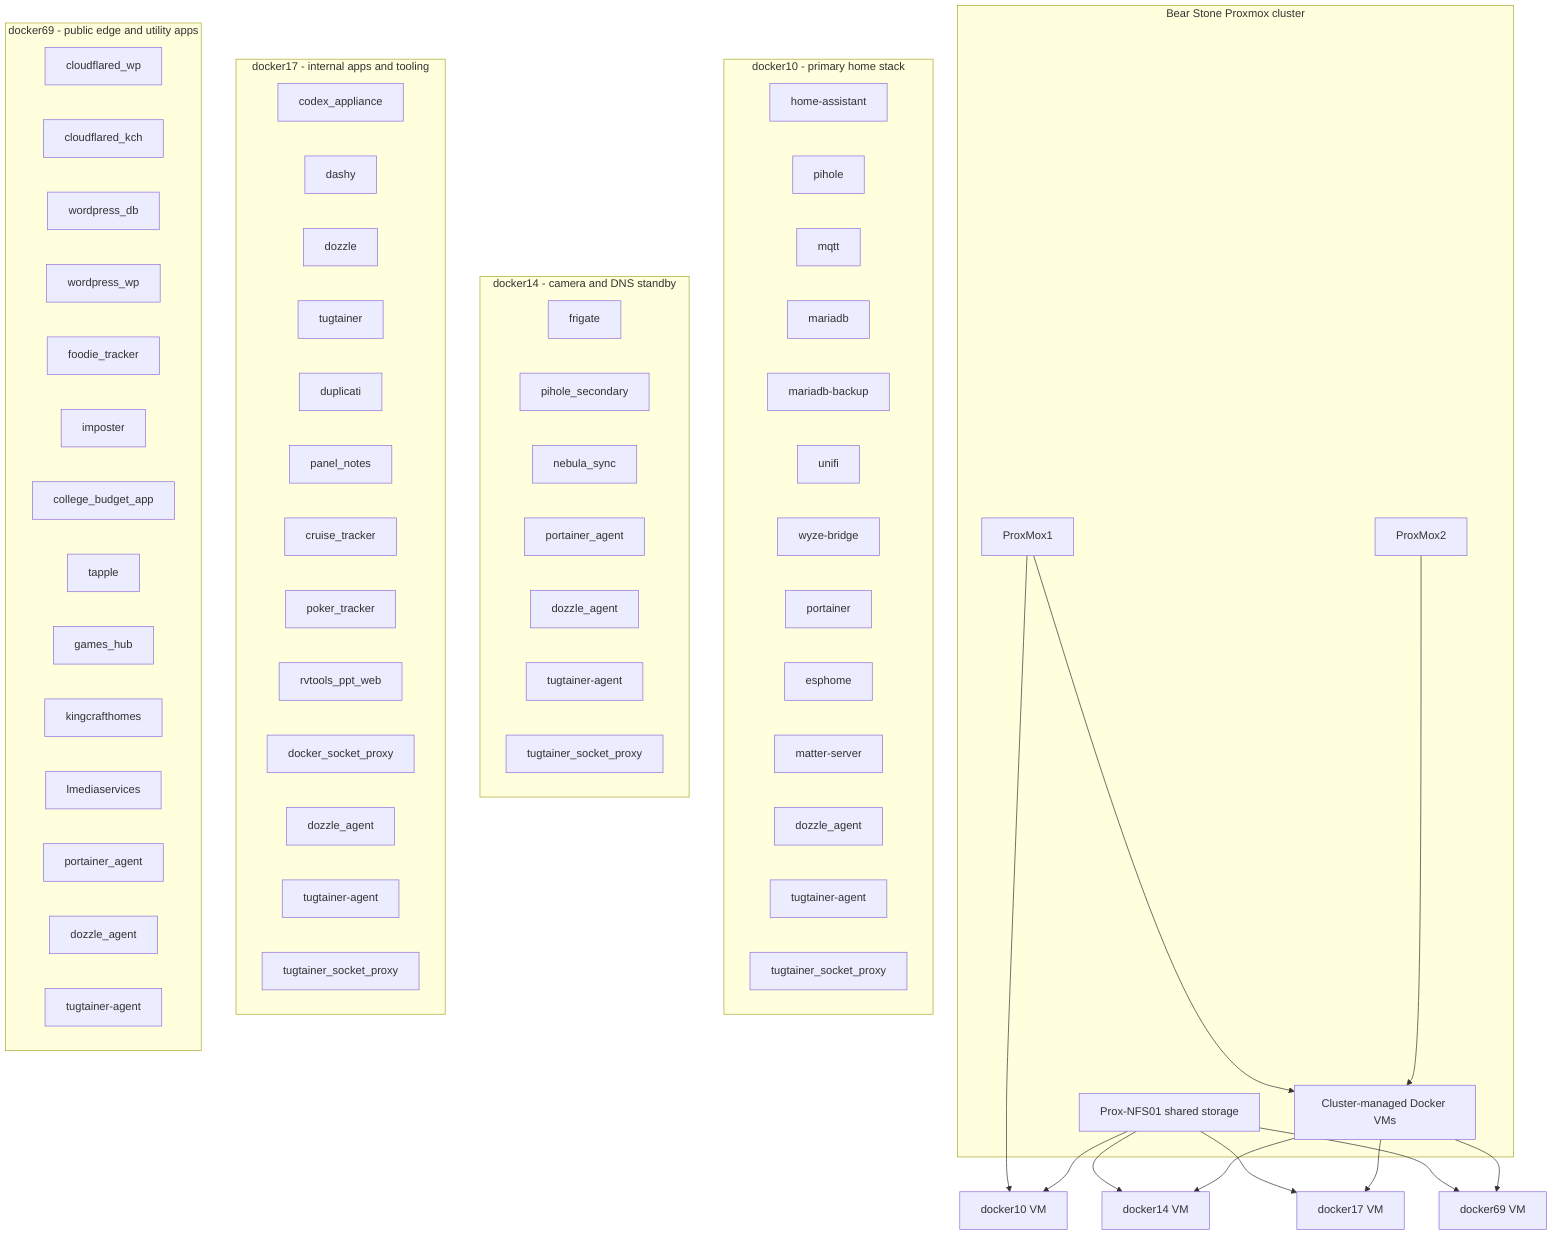
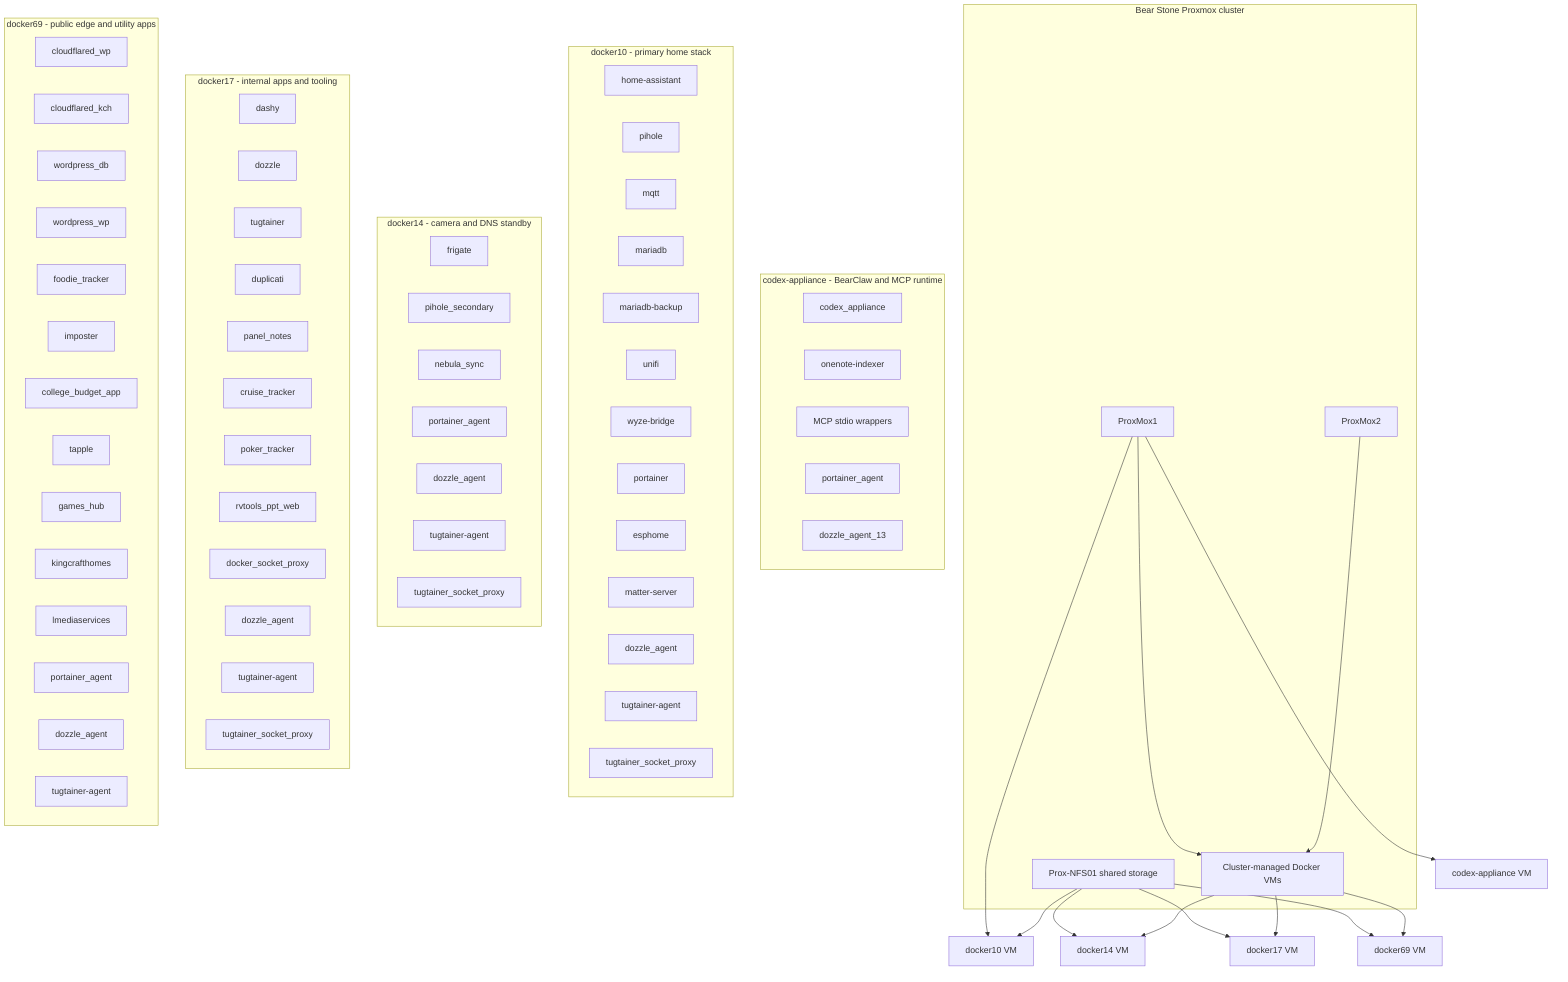
flowchart TD
    subgraph PX[Bear Stone Proxmox cluster]
        P1[ProxMox1]
        P2[ProxMox2]
        NFS[Prox-NFS01 shared storage]
        FLOAT[Cluster-managed Docker VMs]
    end

    P1 --> D10VM[docker10 VM]
+     P1 --> CODEXVM[codex-appliance VM]
    P1 --> FLOAT
    P2 --> FLOAT
    NFS --> D10VM
    NFS --> D14VM[docker14 VM]
    NFS --> D17VM[docker17 VM]
    NFS --> D69VM[docker69 VM]
    FLOAT --> D14VM
    FLOAT --> D17VM
    FLOAT --> D69VM
+ 
+     subgraph CODEX[codex-appliance - BearClaw and MCP runtime]
+         CX_CODEX[codex_appliance]
+         CX_ONENOTE[onenote-indexer]
+         CX_MCP[MCP stdio wrappers]
+         CX_PORT[portainer_agent]
+         CX_DOZZLE[dozzle_agent_13]
+     end

    subgraph D10[docker10 - primary home stack]
        D10_HA[home-assistant]
        D10_PI[pihole]
        D10_MQTT[mqtt]
        D10_DB[mariadb]
        D10_BK[mariadb-backup]
        D10_UNIFI[unifi]
        D10_WYZE[wyze-bridge]
        D10_PORT[portainer]
        D10_ESP[esphome]
        D10_MATTER[matter-server]
        D10_DOZZLE[dozzle_agent]
        D10_TUG[tugtainer-agent]
        D10_PROXY[tugtainer_socket_proxy]
    end

    subgraph D14[docker14 - camera and DNS standby]
        D14_FRIGATE[frigate]
        D14_PI[pihole_secondary]
        D14_NEBULA[nebula_sync]
        D14_PORT[portainer_agent]
        D14_DOZZLE[dozzle_agent]
        D14_TUG[tugtainer-agent]
        D14_PROXY[tugtainer_socket_proxy]
    end

    subgraph D17[docker17 - internal apps and tooling]
-         D17_CODEX[codex_appliance]
        D17_DASHY[dashy]
        D17_DOZZLE[dozzle]
        D17_TUG_UI[tugtainer]
        D17_DUP[duplicati]
        D17_PANEL[panel_notes]
        D17_CRUISE[cruise_tracker]
        D17_POKER[poker_tracker]
        D17_RV[rvtools_ppt_web]
        D17_AGENT[docker_socket_proxy]
        D17_DOZZLE_AGENT[dozzle_agent]
        D17_TUG_AGENT[tugtainer-agent]
        D17_TUG_PROXY[tugtainer_socket_proxy]
    end

    subgraph D69[docker69 - public edge and utility apps]
        D69_CF_WP[cloudflared_wp]
        D69_CF_KCH[cloudflared_kch]
        D69_WP_DB[wordpress_db]
        D69_WP[wordpress_wp]
        D69_FOODIE[foodie_tracker]
        D69_IMPOSTER[imposter]
        D69_BUDGET[college_budget_app]
        D69_TAPPLE[tapple]
        D69_GAMES[games_hub]
        D69_KCH[kingcrafthomes]
        D69_LMEDIA[lmediaservices]
        D69_PORT[portainer_agent]
        D69_DOZZLE[dozzle_agent]
        D69_TUG[tugtainer-agent]
    end
